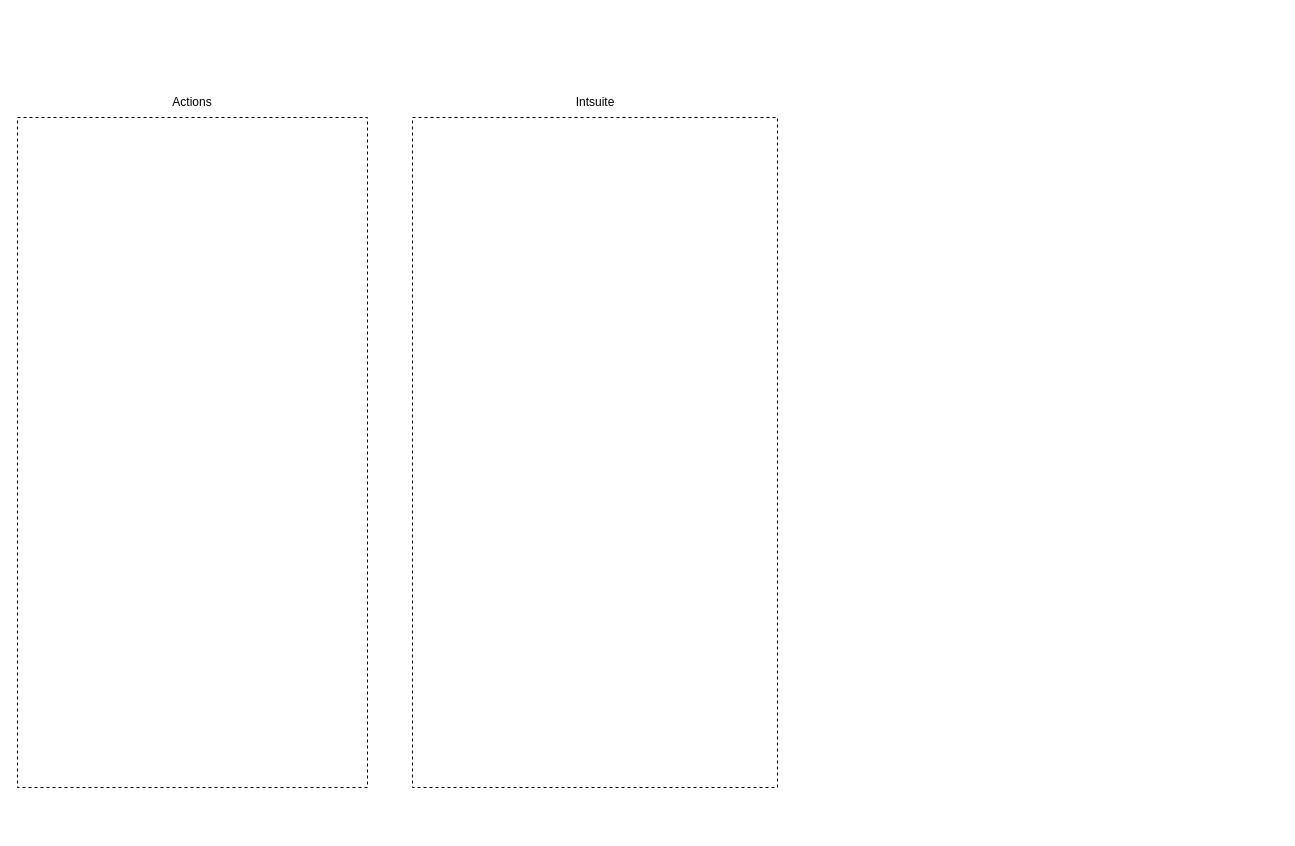
Earlier version of the draw.io diagram Dynamische Landschaft Architektur.drawio (Zprit/draw-io). Source tidied: cells renumbered, new cells numbered last; positions are measured from the earlier drawing's top-left corner, leaving out a move shared by most shapes. Both pictures are drawn from the tidied source at 100%, with x=0, y=0 at pixel (17, 87).
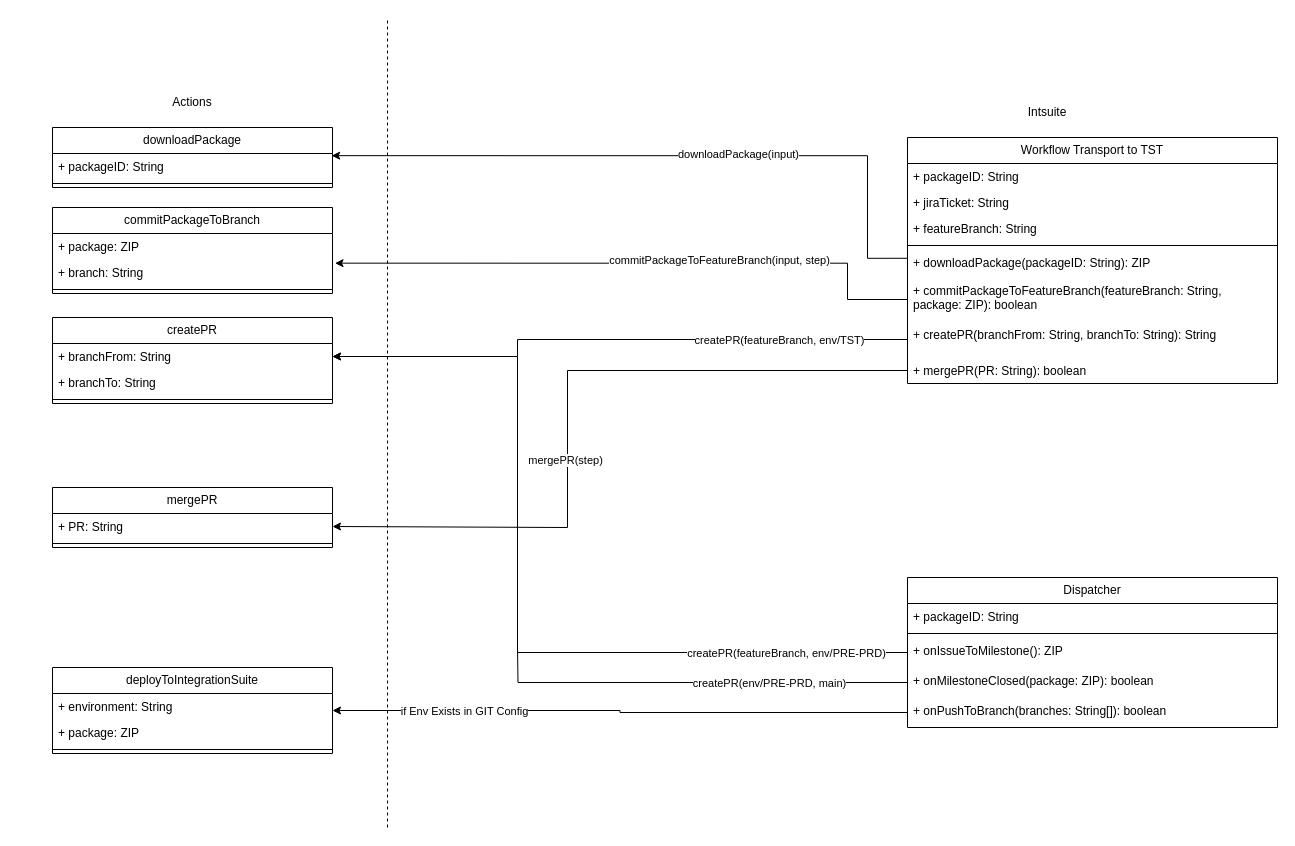
After the change.

Change to the diagram source:
```diff
@@
-    <mxCell id="2" style="html=1;dashed=1;whiteSpace=wrap;fillColor=none;" parent="1" vertex="1">
-      <mxGeometry y="30" width="350" height="670" as="geometry" />
-    </mxCell>
-    <mxCell id="3" style="html=1;dashed=1;whiteSpace=wrap;fillColor=none;" parent="1" vertex="1">
-      <mxGeometry x="395" y="30" width="365" height="670" as="geometry" />
-    </mxCell>
@@
     <mxCell id="5" value="Intsuite" style="text;html=1;whiteSpace=wrap;strokeColor=none;fillColor=none;align=center;verticalAlign=middle;rounded=0;" parent="1" vertex="1">
-      <mxGeometry x="547.5" width="60" height="30" as="geometry" />
+      <mxGeometry x="1000" y="10" width="60" height="30" as="geometry" />
     </mxCell>
+    <mxCell id="6" style="endArrow=none;dashed=1;html=1;rounded=0;" parent="1" edge="1">
+      <mxGeometry relative="1" as="geometry">
+        <mxPoint x="370" y="740" as="sourcePoint" />
+        <mxPoint x="370" y="-70" as="targetPoint" />
+      </mxGeometry>
+    </mxCell>
+    <mxCell id="7" value="Workflow Transport to TST" style="swimlane;fontStyle=0;horizontal=1;startSize=26;fillColor=none;whiteSpace=wrap;html=1;swimlaneLine=1;swimlaneFillColor=none;" parent="1" vertex="1">
+      <mxGeometry x="890" y="50" width="370" height="246" as="geometry" />
+    </mxCell>
+    <mxCell id="8" value="+ packageID: String" style="text;strokeColor=none;fillColor=none;align=left;verticalAlign=top;spacingLeft=4;spacingRight=4;overflow=hidden;whiteSpace=wrap;html=1;" parent="7" vertex="1">
+      <mxGeometry y="26" width="370" height="26" as="geometry" />
+    </mxCell>
+    <mxCell id="9" value="+ jiraTicket: String" style="text;strokeColor=none;fillColor=none;align=left;verticalAlign=top;spacingLeft=4;spacingRight=4;overflow=hidden;whiteSpace=wrap;html=1;" parent="7" vertex="1">
+      <mxGeometry y="52" width="370" height="26" as="geometry" />
+    </mxCell>
+    <mxCell id="10" value="+ featureBranch: String" style="text;strokeColor=none;fillColor=none;align=left;verticalAlign=top;spacingLeft=4;spacingRight=4;overflow=hidden;whiteSpace=wrap;html=1;" parent="7" vertex="1">
+      <mxGeometry y="78" width="370" height="26" as="geometry" />
+    </mxCell>
+    <mxCell id="11" style="line;strokeWidth=1;fillColor=none;align=left;verticalAlign=middle;spacingTop=-1;spacingLeft=3;spacingRight=3;labelPosition=right;strokeColor=inherit;" parent="7" vertex="1">
+      <mxGeometry y="104" width="370" height="8" as="geometry" />
+    </mxCell>
+    <mxCell id="12" value="+ downloadPackage(packageID: String): ZIP" style="text;strokeColor=none;fillColor=none;align=left;verticalAlign=top;spacingLeft=4;spacingRight=4;overflow=hidden;points=[[0,0.5],[1,0.5]];portConstraint=eastwest;whiteSpace=wrap;html=1;" parent="7" vertex="1">
+      <mxGeometry y="112" width="370" height="28" as="geometry" />
+    </mxCell>
+    <mxCell id="13" value="+ commitPackageToFeatureBranch(featureBranch: String, package: ZIP): boolean" style="text;strokeColor=none;fillColor=none;align=left;verticalAlign=top;spacingLeft=4;spacingRight=4;overflow=hidden;points=[[0,0.5],[1,0.5]];portConstraint=eastwest;whiteSpace=wrap;html=1;" parent="7" vertex="1">
+      <mxGeometry y="140" width="370" height="44" as="geometry" />
+    </mxCell>
+    <mxCell id="14" value="+ createPR(branchFrom: String, branchTo: String): String" style="text;strokeColor=none;fillColor=none;align=left;verticalAlign=top;spacingLeft=4;spacingRight=4;overflow=hidden;points=[[0,0.5],[1,0.5]];portConstraint=eastwest;whiteSpace=wrap;html=1;" parent="7" vertex="1">
+      <mxGeometry y="184" width="370" height="36" as="geometry" />
+    </mxCell>
+    <mxCell id="15" value="+ mergePR(PR: String): boolean" style="text;strokeColor=none;fillColor=none;align=left;verticalAlign=top;spacingLeft=4;spacingRight=4;overflow=hidden;points=[[0,0.5],[1,0.5]];portConstraint=eastwest;whiteSpace=wrap;html=1;" parent="7" vertex="1">
+      <mxGeometry y="220" width="370" height="26" as="geometry" />
+    </mxCell>
+    <mxCell id="16" value="downloadPackage" style="swimlane;fontStyle=0;horizontal=1;startSize=26;fillColor=none;whiteSpace=wrap;html=1;swimlaneLine=1;swimlaneFillColor=none;" parent="1" vertex="1">
+      <mxGeometry x="35" y="40" width="280" height="60" as="geometry" />
+    </mxCell>
+    <mxCell id="17" value="+ packageID: String" style="text;strokeColor=none;fillColor=none;align=left;verticalAlign=top;spacingLeft=4;spacingRight=4;overflow=hidden;points=[[0,0.5],[1,0.5]];portConstraint=eastwest;whiteSpace=wrap;html=1;" parent="16" vertex="1">
+      <mxGeometry y="26" width="280" height="26" as="geometry" />
+    </mxCell>
+    <mxCell id="18" style="line;strokeWidth=1;fillColor=none;align=left;verticalAlign=middle;spacingTop=-1;spacingLeft=3;spacingRight=3;labelPosition=right;strokeColor=inherit;" parent="16" vertex="1">
+      <mxGeometry y="52" width="280" height="8" as="geometry" />
+    </mxCell>
+    <mxCell id="19" value="commitPackageToBranch" style="swimlane;fontStyle=0;horizontal=1;startSize=26;fillColor=none;whiteSpace=wrap;html=1;swimlaneLine=1;swimlaneFillColor=none;" parent="1" vertex="1">
+      <mxGeometry x="35" y="120" width="280" height="86" as="geometry" />
+    </mxCell>
+    <mxCell id="20" value="+ package: ZIP" style="text;strokeColor=none;fillColor=none;align=left;verticalAlign=top;spacingLeft=4;spacingRight=4;overflow=hidden;whiteSpace=wrap;html=1;" parent="19" vertex="1">
+      <mxGeometry y="26" width="280" height="26" as="geometry" />
+    </mxCell>
+    <mxCell id="21" value="+ branch: String" style="text;strokeColor=none;fillColor=none;align=left;verticalAlign=top;spacingLeft=4;spacingRight=4;overflow=hidden;points=[[0,0.5],[1,0.5]];portConstraint=eastwest;whiteSpace=wrap;html=1;" parent="19" vertex="1">
+      <mxGeometry y="52" width="280" height="26" as="geometry" />
+    </mxCell>
+    <mxCell id="22" style="line;strokeWidth=1;fillColor=none;align=left;verticalAlign=middle;spacingTop=-1;spacingLeft=3;spacingRight=3;labelPosition=right;strokeColor=inherit;" parent="19" vertex="1">
+      <mxGeometry y="78" width="280" height="8" as="geometry" />
+    </mxCell>
+    <mxCell id="23" value="createPR" style="swimlane;fontStyle=0;horizontal=1;startSize=26;fillColor=none;whiteSpace=wrap;html=1;swimlaneLine=1;swimlaneFillColor=none;" parent="1" vertex="1">
+      <mxGeometry x="35" y="230" width="280" height="86" as="geometry" />
+    </mxCell>
+    <mxCell id="24" value="+ branchFrom: String" style="text;strokeColor=none;fillColor=none;align=left;verticalAlign=top;spacingLeft=4;spacingRight=4;overflow=hidden;points=[[0,0.5],[1,0.5]];portConstraint=eastwest;whiteSpace=wrap;html=1;" parent="23" vertex="1">
+      <mxGeometry y="26" width="280" height="26" as="geometry" />
+    </mxCell>
+    <mxCell id="25" value="+ branchTo: String" style="text;strokeColor=none;fillColor=none;align=left;verticalAlign=top;spacingLeft=4;spacingRight=4;overflow=hidden;whiteSpace=wrap;html=1;" parent="23" vertex="1">
+      <mxGeometry y="52" width="280" height="26" as="geometry" />
+    </mxCell>
+    <mxCell id="26" style="line;strokeWidth=1;fillColor=none;align=left;verticalAlign=middle;spacingTop=-1;spacingLeft=3;spacingRight=3;labelPosition=right;strokeColor=inherit;" parent="23" vertex="1">
+      <mxGeometry y="78" width="280" height="8" as="geometry" />
+    </mxCell>
+    <mxCell id="27" value="mergePR" style="swimlane;fontStyle=0;horizontal=1;startSize=26;fillColor=none;whiteSpace=wrap;html=1;swimlaneLine=1;swimlaneFillColor=none;" parent="1" vertex="1">
+      <mxGeometry x="35" y="400" width="280" height="60" as="geometry" />
+    </mxCell>
+    <mxCell id="28" value="+ PR: String" style="text;strokeColor=none;fillColor=none;align=left;verticalAlign=top;spacingLeft=4;spacingRight=4;overflow=hidden;points=[[0,0.5],[1,0.5]];portConstraint=eastwest;whiteSpace=wrap;html=1;" parent="27" vertex="1">
+      <mxGeometry y="26" width="280" height="26" as="geometry" />
+    </mxCell>
+    <mxCell id="29" style="line;strokeWidth=1;fillColor=none;align=left;verticalAlign=middle;spacingTop=-1;spacingLeft=3;spacingRight=3;labelPosition=right;strokeColor=inherit;" parent="27" vertex="1">
+      <mxGeometry y="52" width="280" height="8" as="geometry" />
+    </mxCell>
+    <mxCell id="30" value="Dispatcher" style="swimlane;fontStyle=0;horizontal=1;startSize=26;fillColor=none;whiteSpace=wrap;html=1;swimlaneLine=1;swimlaneFillColor=none;" parent="1" vertex="1">
+      <mxGeometry x="890" y="490" width="370" height="150" as="geometry" />
+    </mxCell>
+    <mxCell id="31" value="+ packageID: String" style="text;strokeColor=none;fillColor=none;align=left;verticalAlign=top;spacingLeft=4;spacingRight=4;overflow=hidden;whiteSpace=wrap;html=1;" parent="30" vertex="1">
+      <mxGeometry y="26" width="370" height="26" as="geometry" />
+    </mxCell>
+    <mxCell id="32" style="line;strokeWidth=1;fillColor=none;align=left;verticalAlign=middle;spacingTop=-1;spacingLeft=3;spacingRight=3;labelPosition=right;strokeColor=inherit;" parent="30" vertex="1">
+      <mxGeometry y="52" width="370" height="8" as="geometry" />
+    </mxCell>
+    <mxCell id="33" value="+ onIssueToMilestone(): ZIP" style="text;strokeColor=none;fillColor=none;align=left;verticalAlign=top;spacingLeft=4;spacingRight=4;overflow=hidden;points=[[0,0.5],[1,0.5]];portConstraint=eastwest;whiteSpace=wrap;html=1;" parent="30" vertex="1">
+      <mxGeometry y="60" width="370" height="30" as="geometry" />
+    </mxCell>
+    <mxCell id="34" style="edgeStyle=orthogonalEdgeStyle;rounded=0;jettySize=auto;html=1;endArrow=none;endFill=0;" parent="30" edge="1" source="36">
+      <mxGeometry relative="1" as="geometry">
+        <mxPoint x="-390" y="70" as="targetPoint" />
+      </mxGeometry>
+    </mxCell>
+    <mxCell id="35" value="createPR(env/PRE-PRD, main)" style="edgeLabel;html=1;align=center;verticalAlign=middle;" parent="34" vertex="1">
+      <mxGeometry x="-0.07" relative="1" as="geometry">
+        <mxPoint x="58" as="offset" />
+      </mxGeometry>
+    </mxCell>
+    <mxCell id="36" value="+ onMilestoneClosed(package: ZIP): boolean" style="text;strokeColor=none;fillColor=none;align=left;verticalAlign=top;spacingLeft=4;spacingRight=4;overflow=hidden;points=[[0,0.5],[1,0.5]];portConstraint=eastwest;whiteSpace=wrap;html=1;" parent="30" vertex="1">
+      <mxGeometry y="90" width="370" height="30" as="geometry" />
+    </mxCell>
+    <mxCell id="37" value="+ onPushToBranch(branches: String[]): boolean" style="text;strokeColor=none;fillColor=none;align=left;verticalAlign=top;spacingLeft=4;spacingRight=4;overflow=hidden;points=[[0,0.5],[1,0.5]];portConstraint=eastwest;whiteSpace=wrap;html=1;" parent="30" vertex="1">
+      <mxGeometry y="120" width="370" height="30" as="geometry" />
+    </mxCell>
+    <mxCell id="38" style="edgeStyle=orthogonalEdgeStyle;rounded=0;jettySize=auto;html=1;entryX=0.997;entryY=0.083;entryDx=0;entryDy=0;entryPerimeter=0;exitX=0;exitY=0.314;exitDx=0;exitDy=0;exitPerimeter=0;" parent="1" edge="1" source="12" target="17">
+      <mxGeometry relative="1" as="geometry">
+        <Array as="points">
+          <mxPoint x="850" y="171" />
+          <mxPoint x="850" y="68" />
+        </Array>
+      </mxGeometry>
+    </mxCell>
+    <mxCell id="39" value="downloadPackage(input)" style="edgeLabel;html=1;align=center;verticalAlign=middle;" parent="38" vertex="1">
+      <mxGeometry x="-0.52" y="-1" relative="1" as="geometry">
+        <mxPoint x="-109" y="-1" as="offset" />
+      </mxGeometry>
+    </mxCell>
+    <mxCell id="40" style="edgeStyle=orthogonalEdgeStyle;rounded=0;jettySize=auto;html=1;entryX=1.009;entryY=0.141;entryDx=0;entryDy=0;entryPerimeter=0;" parent="1" edge="1" source="13" target="21">
+      <mxGeometry relative="1" as="geometry">
+        <Array as="points">
+          <mxPoint x="830" y="212" />
+          <mxPoint x="830" y="176" />
+        </Array>
+      </mxGeometry>
+    </mxCell>
+    <mxCell id="41" value="commitPackageToFeatureBranch(input, step)" style="edgeLabel;html=1;align=center;verticalAlign=middle;" parent="40" vertex="1">
+      <mxGeometry x="-0.3" relative="1" as="geometry">
+        <mxPoint x="-12" y="-3" as="offset" />
+      </mxGeometry>
+    </mxCell>
+    <mxCell id="42" style="edgeStyle=orthogonalEdgeStyle;rounded=0;jettySize=auto;html=1;entryX=1;entryY=0.5;entryDx=0;entryDy=0;" parent="1" edge="1" source="14" target="24">
+      <mxGeometry relative="1" as="geometry">
+        <Array as="points">
+          <mxPoint x="500" y="252" />
+          <mxPoint x="500" y="269" />
+        </Array>
+      </mxGeometry>
+    </mxCell>
+    <mxCell id="43" value="createPR(featureBranch, env/TST)" style="edgeLabel;html=1;align=center;verticalAlign=middle;" parent="42" vertex="1">
+      <mxGeometry x="0.39" y="-2" relative="1" as="geometry">
+        <mxPoint x="265" y="-15" as="offset" />
+      </mxGeometry>
+    </mxCell>
+    <mxCell id="44" style="edgeStyle=orthogonalEdgeStyle;rounded=0;jettySize=auto;html=1;entryX=1;entryY=0.5;entryDx=0;entryDy=0;exitX=0;exitY=0.5;exitDx=0;exitDy=0;" parent="1" edge="1" source="15" target="28">
+      <mxGeometry relative="1" as="geometry">
+        <Array as="points">
+          <mxPoint x="550" y="283" />
+          <mxPoint x="550" y="440" />
+        </Array>
+      </mxGeometry>
+    </mxCell>
+    <mxCell id="45" value="mergePR(step)" style="edgeLabel;html=1;align=center;verticalAlign=middle;" parent="44" vertex="1">
+      <mxGeometry x="-0.02" y="-3" relative="1" as="geometry">
+        <mxPoint y="70" as="offset" />
+      </mxGeometry>
+    </mxCell>
+    <mxCell id="46" value="deployToIntegrationSuite" style="swimlane;fontStyle=0;horizontal=1;startSize=26;fillColor=none;whiteSpace=wrap;html=1;swimlaneLine=1;swimlaneFillColor=none;" parent="1" vertex="1">
+      <mxGeometry x="35" y="580" width="280" height="86" as="geometry" />
+    </mxCell>
+    <mxCell id="47" value="+ environment: String" style="text;strokeColor=none;fillColor=none;align=left;verticalAlign=top;spacingLeft=4;spacingRight=4;overflow=hidden;whiteSpace=wrap;html=1;" parent="46" vertex="1">
+      <mxGeometry y="26" width="280" height="26" as="geometry" />
+    </mxCell>
+    <mxCell id="48" value="+ package: ZIP" style="text;strokeColor=none;fillColor=none;align=left;verticalAlign=top;spacingLeft=4;spacingRight=4;overflow=hidden;whiteSpace=wrap;html=1;" parent="46" vertex="1">
+      <mxGeometry y="52" width="280" height="26" as="geometry" />
+    </mxCell>
+    <mxCell id="49" style="line;strokeWidth=1;fillColor=none;align=left;verticalAlign=middle;spacingTop=-1;spacingLeft=3;spacingRight=3;labelPosition=right;strokeColor=inherit;" parent="46" vertex="1">
+      <mxGeometry y="78" width="280" height="8" as="geometry" />
+    </mxCell>
+    <mxCell id="50" style="edgeStyle=orthogonalEdgeStyle;rounded=0;jettySize=auto;html=1;entryX=1;entryY=0.5;entryDx=0;entryDy=0;exitX=0;exitY=0.5;exitDx=0;exitDy=0;" parent="1" edge="1" source="33" target="24">
+      <mxGeometry relative="1" as="geometry">
+        <Array as="points">
+          <mxPoint x="500" y="565" />
+          <mxPoint x="500" y="269" />
+        </Array>
+      </mxGeometry>
+    </mxCell>
+    <mxCell id="51" value="createPR(featureBranch, env/PRE-PRD)" style="edgeLabel;html=1;align=center;verticalAlign=middle;" parent="50" vertex="1">
+      <mxGeometry x="-0.49" relative="1" as="geometry">
+        <mxPoint x="100" as="offset" />
+      </mxGeometry>
+    </mxCell>
+    <mxCell id="52" style="edgeStyle=orthogonalEdgeStyle;rounded=0;jettySize=auto;html=1;entryX=1;entryY=0.5;entryDx=0;entryDy=0;" parent="1" edge="1" source="37" target="46">
+      <mxGeometry relative="1" as="geometry" />
+    </mxCell>
+    <mxCell id="53" value="if Env Exists in GIT Config" style="edgeLabel;html=1;align=center;verticalAlign=middle;" parent="52" vertex="1">
+      <mxGeometry x="0.75" y="2" relative="1" as="geometry">
+        <mxPoint x="59" y="-2" as="offset" />
+      </mxGeometry>
+    </mxCell>
```
